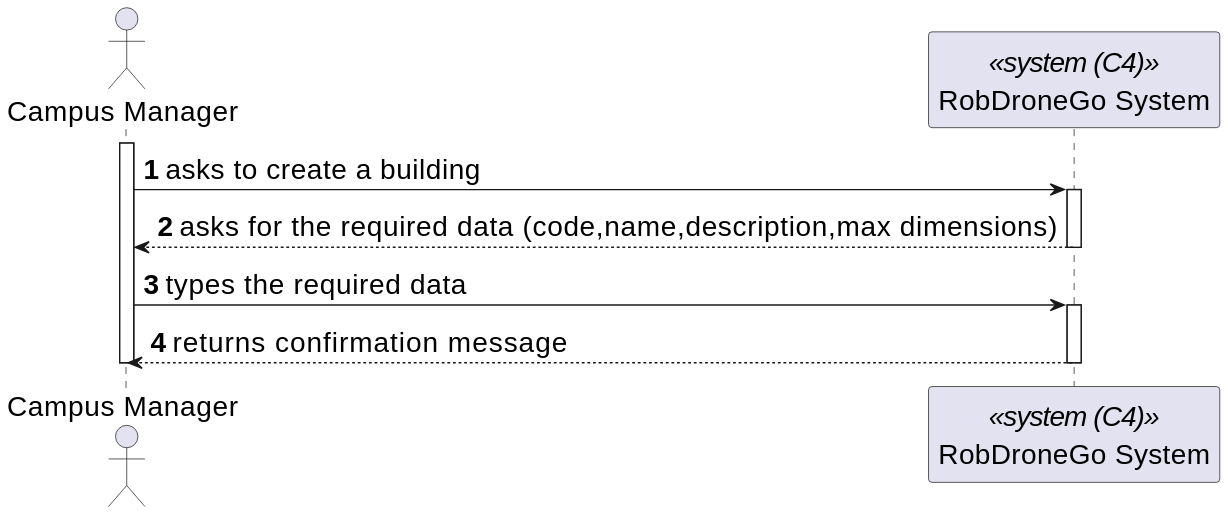
Before: _wiki/sprint-a/us01-150/views/level-1/assets/process-view.svg, a diagram exported from PlantUML (miseEnPlace-dev/lapr5). The source it was exported from:
```plantuml
@startuml
skinparamlocked defaultFontSize 20
autonumber

actor CM as "Campus Manager"
participant SYS as "RobDroneGo System" <<system (C4)>>

activate CM

CM -> SYS : asks to create a building
activate SYS

CM <-- SYS : asks for the required data (code,name,description,max dimensions)
deactivate SYS

CM -> SYS : types the required data
activate SYS

CM <-- SYS : returns confirmation message
deactivate SYS

deactivate CM
@enduml
```
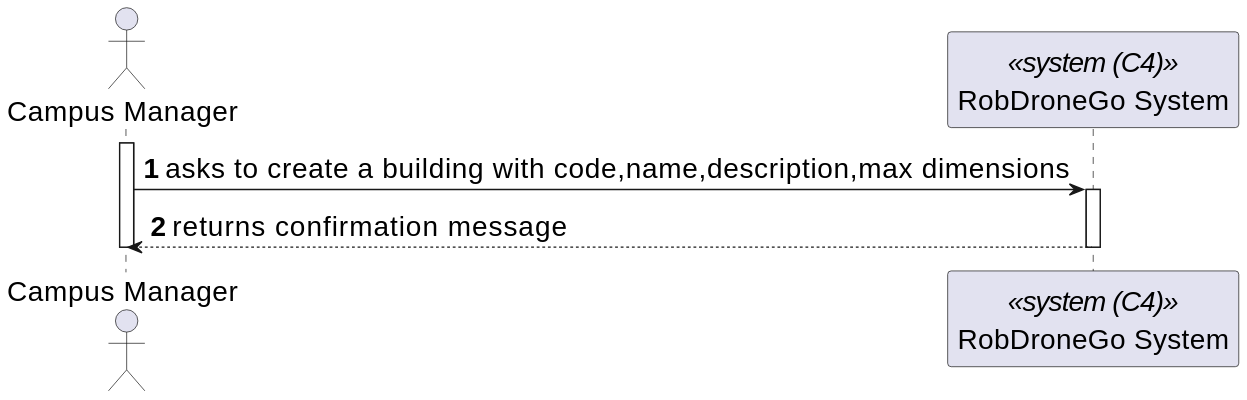
After the commit.

Change to the diagram source:
```diff
@@ -7,13 +7,7 @@
 
 activate CM
 
-CM -> SYS : asks to create a building
-activate SYS
-
-CM <-- SYS : asks for the required data (code,name,description,max dimensions)
-deactivate SYS
-
-CM -> SYS : types the required data
+CM -> SYS : asks to create a building with code,name,description,max dimensions
 activate SYS
 
 CM <-- SYS : returns confirmation message
```
